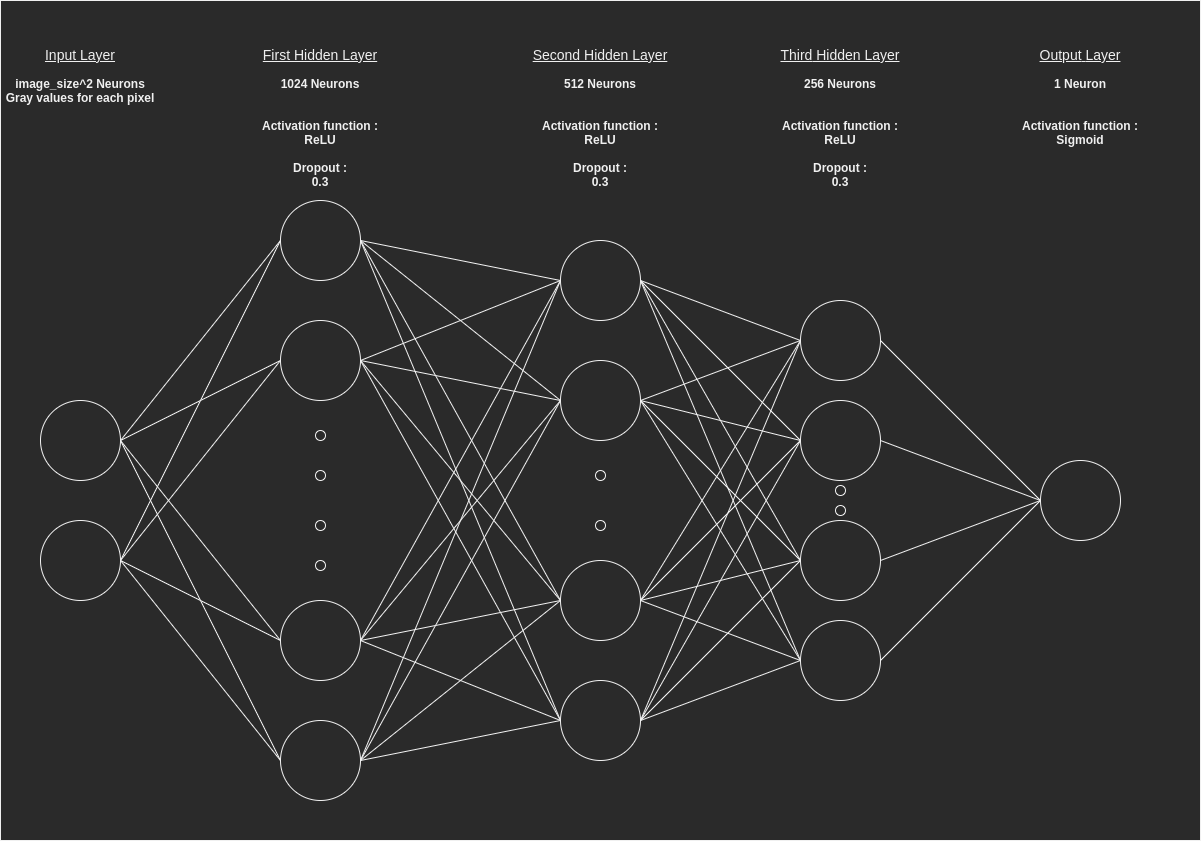
Minigrim0/GANgster keeps this draw.io diagram as Diagrams/GANgster/GANgsterDiscriminator.png. Above is the earlier version. Source tidied: cells renumbered, new cells last; positions are measured from the earlier drawing's top-left corner, leaving out a move shared by most shapes.
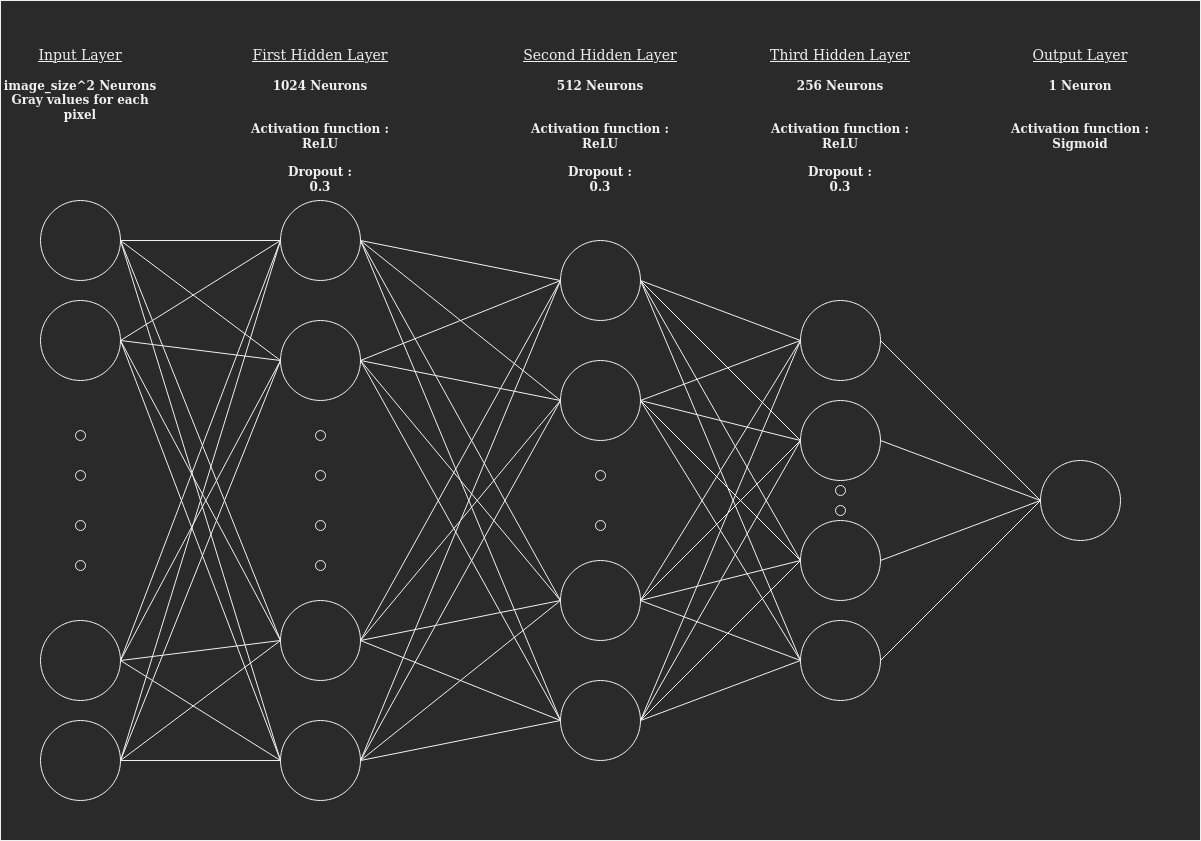
The same file after the commit.

Commit message:
[Upd] Discriminator Diagram

Change to the diagram source:
```diff
@@ -6,10 +6,10 @@
       <mxGeometry width="1200" height="840" as="geometry" />
     </mxCell>
     <mxCell id="3" style="ellipse;whiteSpace=wrap;html=1;" parent="1" vertex="1">
-      <mxGeometry x="40" y="400" width="80" height="80" as="geometry" />
+      <mxGeometry x="40" y="200" width="80" height="80" as="geometry" />
     </mxCell>
     <mxCell id="4" style="ellipse;whiteSpace=wrap;html=1;" parent="1" vertex="1">
-      <mxGeometry x="40" y="520" width="80" height="80" as="geometry" />
+      <mxGeometry x="40" y="720" width="80" height="80" as="geometry" />
     </mxCell>
     <mxCell id="5" style="ellipse;whiteSpace=wrap;html=1;" parent="1" vertex="1">
       <mxGeometry x="280" y="200" width="80" height="80" as="geometry" />
@@ -41,18 +41,14 @@
     <mxCell id="14" value="&lt;u&gt;&lt;font style=&quot;font-size: 14px&quot;&gt;First Hidden Layer&lt;/font&gt;&lt;br&gt;&lt;/u&gt;&lt;div align=&quot;center&quot;&gt;&lt;b&gt;&lt;br&gt;&lt;/b&gt;&lt;/div&gt;&lt;div align=&quot;center&quot;&gt;&lt;b&gt;1024 Neurons&lt;br&gt;&lt;/b&gt;&lt;/div&gt;&lt;div align=&quot;center&quot;&gt;&lt;b&gt;&lt;br&gt;&lt;/b&gt;&lt;/div&gt;&lt;div align=&quot;center&quot;&gt;&lt;b&gt;&lt;br&gt;&lt;/b&gt;&lt;/div&gt;&lt;div align=&quot;center&quot;&gt;&lt;b&gt;Activation function :&lt;/b&gt;&lt;/div&gt;&lt;div align=&quot;center&quot;&gt;&lt;b&gt;ReLU&lt;br&gt;&lt;/b&gt;&lt;/div&gt;&lt;div align=&quot;center&quot;&gt;&lt;b&gt;&lt;br&gt;&lt;/b&gt;&lt;/div&gt;&lt;div align=&quot;center&quot;&gt;&lt;b&gt;Dropout :&lt;/b&gt;&lt;/div&gt;&lt;div align=&quot;center&quot;&gt;&lt;b&gt;0.3&lt;br&gt;&lt;/b&gt;&lt;/div&gt;&lt;div align=&quot;center&quot;&gt;&lt;b&gt;&lt;br&gt;&lt;/b&gt;&lt;/div&gt;" style="text;html=1;strokeColor=none;fillColor=none;align=center;verticalAlign=top;whiteSpace=wrap;rounded=0;" parent="1" vertex="1">
       <mxGeometry x="240" y="40" width="160" height="150" as="geometry" />
     </mxCell>
-    <mxCell id="15" style="endArrow=none;html=1;entryX=0;entryY=0.5;entryDx=0;entryDy=0;" parent="1" edge="1" target="5">
-      <mxGeometry relative="1" as="geometry">
-        <mxPoint x="120" y="440" as="sourcePoint" />
-      </mxGeometry>
+    <mxCell id="15" style="endArrow=none;html=1;entryX=0;entryY=0.5;entryDx=0;entryDy=0;exitX=1;exitY=0.5;exitDx=0;exitDy=0;" parent="1" edge="1" source="3" target="5">
+      <mxGeometry relative="1" as="geometry" />
     </mxCell>
     <mxCell id="16" style="endArrow=none;html=1;entryX=0;entryY=0.5;entryDx=0;entryDy=0;exitX=1;exitY=0.5;exitDx=0;exitDy=0;" parent="1" edge="1" source="3" target="6">
       <mxGeometry relative="1" as="geometry" />
     </mxCell>
-    <mxCell id="17" style="endArrow=none;html=1;entryX=0;entryY=0.5;entryDx=0;entryDy=0;" parent="1" edge="1" target="6">
-      <mxGeometry relative="1" as="geometry">
-        <mxPoint x="120" y="560" as="sourcePoint" />
-      </mxGeometry>
+    <mxCell id="17" style="endArrow=none;html=1;entryX=0;entryY=0.5;entryDx=0;entryDy=0;exitX=1;exitY=0.5;exitDx=0;exitDy=0;" parent="1" edge="1" source="4" target="6">
+      <mxGeometry relative="1" as="geometry" />
     </mxCell>
     <mxCell id="18" style="endArrow=none;html=1;entryX=0;entryY=0.5;entryDx=0;entryDy=0;exitX=1;exitY=0.5;exitDx=0;exitDy=0;" parent="1" edge="1" source="4" target="5">
       <mxGeometry relative="1" as="geometry" />
@@ -60,10 +56,8 @@
     <mxCell id="19" style="endArrow=none;html=1;entryX=0;entryY=0.5;entryDx=0;entryDy=0;exitX=1;exitY=0.5;exitDx=0;exitDy=0;" parent="1" edge="1" source="4" target="8">
       <mxGeometry relative="1" as="geometry" />
     </mxCell>
-    <mxCell id="20" style="endArrow=none;html=1;entryX=0;entryY=0.5;entryDx=0;entryDy=0;" parent="1" edge="1" target="7">
-      <mxGeometry relative="1" as="geometry">
-        <mxPoint x="120" y="560" as="sourcePoint" />
-      </mxGeometry>
+    <mxCell id="20" style="endArrow=none;html=1;entryX=0;entryY=0.5;entryDx=0;entryDy=0;exitX=1;exitY=0.5;exitDx=0;exitDy=0;" parent="1" edge="1" source="4" target="7">
+      <mxGeometry relative="1" as="geometry" />
     </mxCell>
     <mxCell id="21" style="endArrow=none;html=1;entryX=0;entryY=0.5;entryDx=0;entryDy=0;exitX=1;exitY=0.5;exitDx=0;exitDy=0;" parent="1" edge="1" source="3" target="8">
       <mxGeometry relative="1" as="geometry" />
@@ -243,5 +237,47 @@
     <mxCell id="74" style="endArrow=none;html=1;entryX=0;entryY=0.5;entryDx=0;entryDy=0;exitX=1;exitY=0.5;exitDx=0;exitDy=0;" parent="1" edge="1" source="46" target="69">
       <mxGeometry relative="1" as="geometry" />
     </mxCell>
+    <mxCell id="75" style="ellipse;whiteSpace=wrap;html=1;" parent="1" vertex="1">
+      <mxGeometry x="40" y="620" width="80" height="80" as="geometry" />
+    </mxCell>
+    <mxCell id="76" style="ellipse;whiteSpace=wrap;html=1;" parent="1" vertex="1">
+      <mxGeometry x="40" y="300" width="80" height="80" as="geometry" />
+    </mxCell>
+    <mxCell id="77" style="endArrow=none;html=1;entryX=0;entryY=0.5;entryDx=0;entryDy=0;exitX=1;exitY=0.5;exitDx=0;exitDy=0;" parent="1" edge="1" source="76" target="5">
+      <mxGeometry relative="1" as="geometry" />
+    </mxCell>
+    <mxCell id="78" style="endArrow=none;html=1;entryX=0;entryY=0.5;entryDx=0;entryDy=0;exitX=1;exitY=0.5;exitDx=0;exitDy=0;" parent="1" edge="1" source="75" target="5">
+      <mxGeometry relative="1" as="geometry" />
+    </mxCell>
+    <mxCell id="79" style="endArrow=none;html=1;entryX=0;entryY=0.5;entryDx=0;entryDy=0;exitX=1;exitY=0.5;exitDx=0;exitDy=0;" parent="1" edge="1" source="76" target="6">
+      <mxGeometry relative="1" as="geometry" />
+    </mxCell>
+    <mxCell id="80" style="endArrow=none;html=1;entryX=0;entryY=0.5;entryDx=0;entryDy=0;exitX=1;exitY=0.5;exitDx=0;exitDy=0;" parent="1" edge="1" source="75" target="6">
+      <mxGeometry relative="1" as="geometry" />
+    </mxCell>
+    <mxCell id="81" style="endArrow=none;html=1;entryX=0;entryY=0.5;entryDx=0;entryDy=0;exitX=1;exitY=0.5;exitDx=0;exitDy=0;" parent="1" edge="1" source="76" target="7">
+      <mxGeometry relative="1" as="geometry" />
+    </mxCell>
+    <mxCell id="82" style="endArrow=none;html=1;entryX=0;entryY=0.5;entryDx=0;entryDy=0;exitX=1;exitY=0.5;exitDx=0;exitDy=0;" parent="1" edge="1" source="75" target="7">
+      <mxGeometry relative="1" as="geometry" />
+    </mxCell>
+    <mxCell id="83" style="endArrow=none;html=1;entryX=0;entryY=0.5;entryDx=0;entryDy=0;exitX=1;exitY=0.5;exitDx=0;exitDy=0;" parent="1" edge="1" source="76" target="8">
+      <mxGeometry relative="1" as="geometry" />
+    </mxCell>
+    <mxCell id="84" style="endArrow=none;html=1;entryX=0;entryY=0.5;entryDx=0;entryDy=0;exitX=1;exitY=0.5;exitDx=0;exitDy=0;" parent="1" edge="1" source="75" target="8">
+      <mxGeometry relative="1" as="geometry" />
+    </mxCell>
+    <mxCell id="85" style="ellipse;whiteSpace=wrap;html=1;" parent="1" vertex="1">
+      <mxGeometry x="75" y="560" width="10" height="10" as="geometry" />
+    </mxCell>
+    <mxCell id="86" style="ellipse;whiteSpace=wrap;html=1;" parent="1" vertex="1">
+      <mxGeometry x="75" y="520" width="10" height="10" as="geometry" />
+    </mxCell>
+    <mxCell id="87" style="ellipse;whiteSpace=wrap;html=1;" parent="1" vertex="1">
+      <mxGeometry x="75" y="430" width="10" height="10" as="geometry" />
+    </mxCell>
+    <mxCell id="88" style="ellipse;whiteSpace=wrap;html=1;" parent="1" vertex="1">
+      <mxGeometry x="75" y="470" width="10" height="10" as="geometry" />
+    </mxCell>
   </root>
 </mxGraphModel>
```
